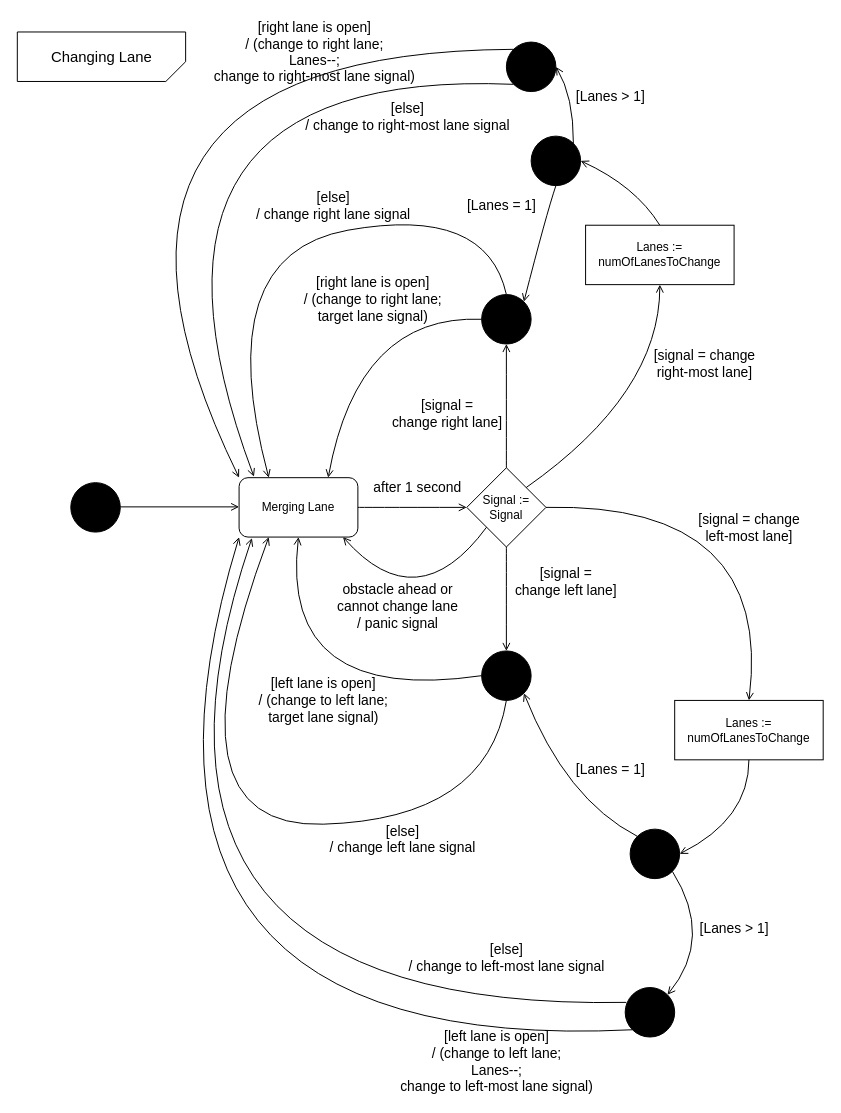
gordonpn/soen331-assignment2 keeps this draw.io diagram as page "changing lane" (5 of 5) of state-diagram.drawio. Above is the earlier version. Source tidied: cells renumbered, new cells numbered last; positions are measured from the earlier drawing's top-left corner, leaving out a move shared by most shapes. Both pictures are drawn from the tidied source at 99%, with x=0, y=0 at pixel (17, 17).
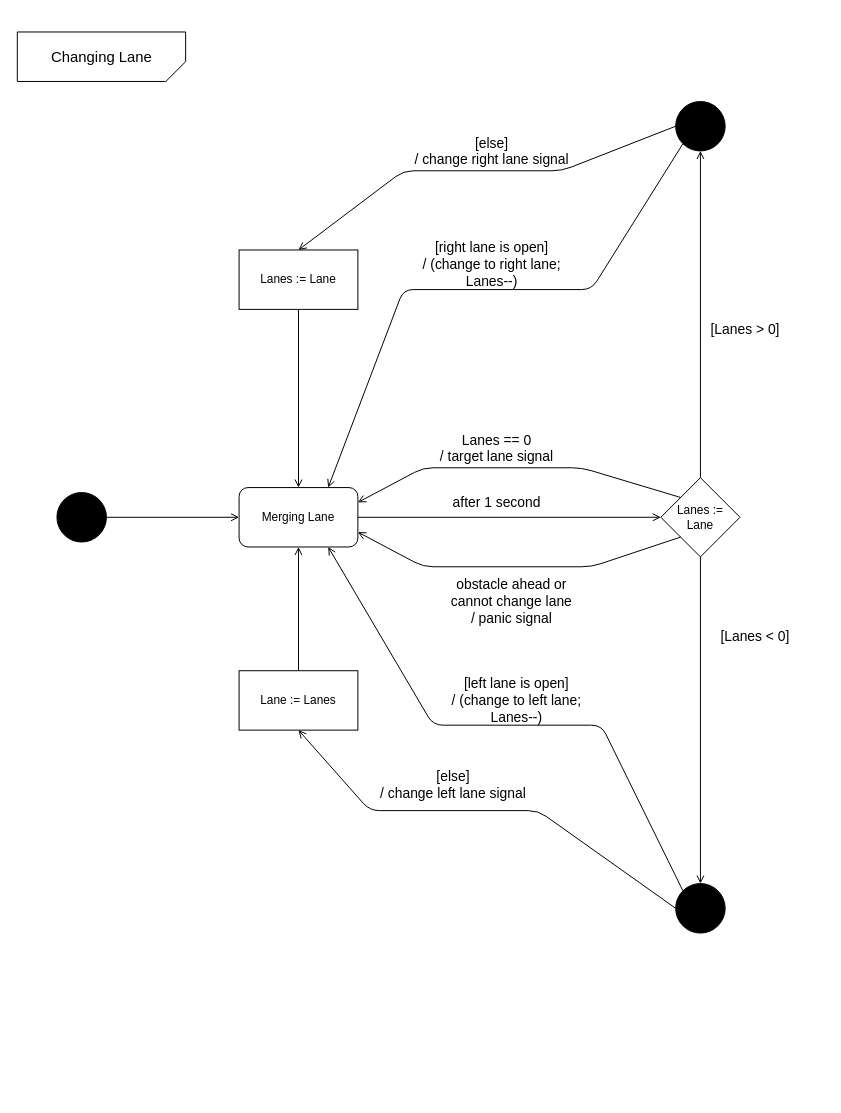
Above is the later version.

Commit message (it also covers changes not shown here):
modified/simplified changing lane UML

Change to the diagram source:
```diff
@@
     <mxCell id="4" style="ellipse;whiteSpace=wrap;html=1;align=center;fillColor=#000000;" parent="1" vertex="1">
-      <mxGeometry x="54" y="470" width="50" height="50" as="geometry" />
+      <mxGeometry x="40" y="480" width="50" height="50" as="geometry" />
     </mxCell>
-    <mxCell id="5" style="endArrow=open;html=1;entryX=0;entryY=0.5;entryDx=0;entryDy=0;exitX=1;exitY=0.5;exitDx=0;exitDy=0;endFill=0;" parent="1" edge="1">
-      <mxGeometry relative="1" as="geometry">
-        <mxPoint x="104" y="494.5" as="sourcePoint" />
-        <mxPoint x="224" y="494.5" as="targetPoint" />
-      </mxGeometry>
+    <mxCell id="5" style="endArrow=open;html=1;entryX=0;entryY=0.5;entryDx=0;entryDy=0;exitX=1;exitY=0.5;exitDx=0;exitDy=0;endFill=0;" parent="1" edge="1" source="4" target="6">
+      <mxGeometry relative="1" as="geometry" />
     </mxCell>
     <mxCell id="6" value="Merging Lane" style="rounded=1;whiteSpace=wrap;html=1;shadow=0;strokeColor=#000000;fillColor=#FFFFFF;align=center;" parent="1" vertex="1">
-      <mxGeometry x="224" y="465" width="120" height="60" as="geometry" />
+      <mxGeometry x="224" y="475" width="120" height="60" as="geometry" />
     </mxCell>
-    <mxCell id="7" value="Signal := Signal" style="rhombus;whiteSpace=wrap;html=1;shadow=0;strokeColor=#000000;fillColor=#FFFFFF;align=center;" parent="1" vertex="1">
-      <mxGeometry x="454" y="455" width="80" height="80" as="geometry" />
+    <mxCell id="7" value="Lanes := &lt;br&gt;Lane" style="rhombus;whiteSpace=wrap;html=1;shadow=0;strokeColor=#000000;fillColor=#FFFFFF;align=center;" parent="1" vertex="1">
+      <mxGeometry x="650" y="465" width="80" height="80" as="geometry" />
     </mxCell>
-    <mxCell id="8" style="curved=1;endArrow=open;html=1;endFill=0;entryX=0;entryY=0.5;entryDx=0;entryDy=0;exitX=1;exitY=0.5;exitDx=0;exitDy=0;" parent="1" edge="1" source="6" target="7">
-      <mxGeometry relative="1" as="geometry" />
-    </mxCell>
     <mxCell id="9" value="&lt;span style=&quot;font-size: 14px&quot;&gt;after 1 second&lt;/span&gt;" style="text;html=1;align=center;verticalAlign=middle;" parent="1" vertex="1">
-      <mxGeometry x="354" y="465" width="100" height="20" as="geometry" />
+      <mxGeometry x="434" y="480" width="100" height="20" as="geometry" />
     </mxCell>
-    <mxCell id="10" style="curved=1;endArrow=open;html=1;endFill=0;entryX=0.5;entryY=0;entryDx=0;entryDy=0;exitX=0.5;exitY=1;exitDx=0;exitDy=0;" parent="1" edge="1" source="7" target="29">
-      <mxGeometry relative="1" as="geometry" />
-    </mxCell>
-    <mxCell id="11" value="&lt;span style=&quot;font-size: 14px&quot;&gt;[signal =&lt;br&gt;change left lane]&lt;br&gt;&lt;/span&gt;" style="text;html=1;align=center;verticalAlign=middle;" parent="1" vertex="1">
-      <mxGeometry x="494" y="550" width="120" height="40" as="geometry" />
+    <mxCell id="11" value="&lt;span style=&quot;font-size: 14px&quot;&gt;[Lanes &amp;lt; 0]&lt;br&gt;&lt;/span&gt;" style="text;html=1;align=center;verticalAlign=middle;" parent="1" vertex="1">
+      <mxGeometry x="700" y="615" width="90" height="20" as="geometry" />
     </mxCell>
-    <mxCell id="12" value="&lt;span style=&quot;font-size: 14px&quot;&gt;[signal =&lt;br&gt;change right lane]&lt;br&gt;&lt;/span&gt;" style="text;html=1;align=center;verticalAlign=middle;" parent="1" vertex="1">
-      <mxGeometry x="369" y="380" width="130" height="40" as="geometry" />
+    <mxCell id="12" value="&lt;span style=&quot;font-size: 14px&quot;&gt;[Lanes &amp;gt; 0]&lt;br&gt;&lt;/span&gt;" style="text;html=1;align=center;verticalAlign=middle;" parent="1" vertex="1">
+      <mxGeometry x="690" y="305" width="90" height="20" as="geometry" />
     </mxCell>
-    <mxCell id="13" style="curved=1;endArrow=open;html=1;endFill=0;exitX=0.5;exitY=0;exitDx=0;exitDy=0;entryX=0.5;entryY=1;entryDx=0;entryDy=0;" parent="1" edge="1" source="7" target="28">
-      <mxGeometry relative="1" as="geometry" />
-    </mxCell>
-    <mxCell id="14" style="curved=1;endArrow=open;html=1;endFill=0;exitX=0;exitY=1;exitDx=0;exitDy=0;entryX=0.875;entryY=1;entryDx=0;entryDy=0;entryPerimeter=0;" parent="1" edge="1" source="7" target="6">
-      <mxGeometry relative="1" as="geometry">
-        <Array as="points">
-          <mxPoint x="404" y="610" />
-        </Array>
-      </mxGeometry>
-    </mxCell>
     <mxCell id="15" value="&lt;span style=&quot;font-size: 14px&quot;&gt;obstacle ahead or&lt;br&gt;cannot change lane&lt;br&gt;/ panic signal&lt;br&gt;&lt;/span&gt;" style="text;html=1;align=center;verticalAlign=middle;" parent="1" vertex="1">
-      <mxGeometry x="314" y="570" width="140" height="50" as="geometry" />
+      <mxGeometry x="429" y="565" width="140" height="50" as="geometry" />
     </mxCell>
-    <mxCell id="16" style="curved=1;endArrow=open;html=1;endFill=0;entryX=0.75;entryY=0;entryDx=0;entryDy=0;exitX=0;exitY=0.5;exitDx=0;exitDy=0;" parent="1" edge="1" source="28" target="6">
-      <mxGeometry relative="1" as="geometry">
-        <Array as="points">
-          <mxPoint x="344" y="300" />
-        </Array>
-      </mxGeometry>
-    </mxCell>
-    <mxCell id="17" value="&lt;span style=&quot;font-size: 14px&quot;&gt;[right lane is open]&lt;br&gt;/ (change to right lane;&lt;br&gt;target lane signal)&lt;br&gt;&lt;/span&gt;" style="text;html=1;align=center;verticalAlign=middle;" parent="1" vertex="1">
-      <mxGeometry x="284" y="260" width="150" height="50" as="geometry" />
+    <mxCell id="17" value="&lt;span style=&quot;font-size: 14px&quot;&gt;[right lane is open]&lt;br&gt;/ (change to right lane;&lt;br&gt;Lanes--)&lt;br&gt;&lt;/span&gt;" style="text;html=1;align=center;verticalAlign=middle;" parent="1" vertex="1">
+      <mxGeometry x="404" y="225" width="150" height="50" as="geometry" />
     </mxCell>
-    <mxCell id="18" style="curved=1;endArrow=open;html=1;endFill=0;exitX=1;exitY=0;exitDx=0;exitDy=0;entryX=0.5;entryY=1;entryDx=0;entryDy=0;" parent="1" edge="1" source="7" target="39">
-      <mxGeometry relative="1" as="geometry">
-        <Array as="points">
-          <mxPoint x="649" y="380" />
-        </Array>
-      </mxGeometry>
-    </mxCell>
-    <mxCell id="19" style="curved=1;endArrow=open;html=1;endFill=0;exitX=0;exitY=0.5;exitDx=0;exitDy=0;entryX=0.5;entryY=1;entryDx=0;entryDy=0;" parent="1" edge="1" source="29" target="6">
-      <mxGeometry relative="1" as="geometry">
-        <Array as="points">
-          <mxPoint x="264" y="695" />
-        </Array>
-      </mxGeometry>
-    </mxCell>
-    <mxCell id="20" value="&lt;span style=&quot;font-size: 14px&quot;&gt;[left lane is open]&lt;br&gt;/ (change to left lane; &lt;br&gt;target lane signal)&lt;br&gt;&lt;/span&gt;" style="text;html=1;align=center;verticalAlign=middle;" parent="1" vertex="1">
-      <mxGeometry x="234" y="665" width="150" height="50" as="geometry" />
+    <mxCell id="20" value="&lt;span style=&quot;font-size: 14px&quot;&gt;[left lane is open]&lt;br&gt;/ (change to left lane; &lt;br&gt;Lanes--)&lt;br&gt;&lt;/span&gt;" style="text;html=1;align=center;verticalAlign=middle;" parent="1" vertex="1">
+      <mxGeometry x="429" y="665" width="150" height="50" as="geometry" />
     </mxCell>
-    <mxCell id="21" style="curved=1;endArrow=open;html=1;endFill=0;exitX=1;exitY=0.5;exitDx=0;exitDy=0;entryX=0.5;entryY=0;entryDx=0;entryDy=0;" parent="1" edge="1" source="7" target="40">
-      <mxGeometry relative="1" as="geometry">
-        <Array as="points">
-          <mxPoint x="764" y="490" />
-        </Array>
-      </mxGeometry>
-    </mxCell>
-    <mxCell id="22" value="&lt;span style=&quot;font-size: 14px&quot;&gt;[signal = change&lt;br&gt;right-most lane]&lt;br&gt;&lt;/span&gt;" style="text;html=1;align=center;verticalAlign=middle;" parent="1" vertex="1">
-      <mxGeometry x="634" y="330" width="120" height="40" as="geometry" />
-    </mxCell>
-    <mxCell id="23" value="&lt;span style=&quot;font-size: 14px&quot;&gt;[signal = change&lt;br&gt;left-most lane]&lt;br&gt;&lt;/span&gt;" style="text;html=1;align=center;verticalAlign=middle;" parent="1" vertex="1">
-      <mxGeometry x="679" y="495" width="120" height="40" as="geometry" />
-    </mxCell>
-    <mxCell id="24" style="curved=1;endArrow=open;html=1;endFill=0;exitX=0.5;exitY=1;exitDx=0;exitDy=0;entryX=0.25;entryY=1;entryDx=0;entryDy=0;" parent="1" edge="1" source="29" target="6">
-      <mxGeometry relative="1" as="geometry">
-        <Array as="points">
-          <mxPoint x="474" y="810" />
-          <mxPoint x="144" y="820" />
-        </Array>
-      </mxGeometry>
-    </mxCell>
     <mxCell id="25" value="&lt;span style=&quot;font-size: 14px&quot;&gt;[else]&lt;br&gt;/ change left lane signal&lt;br&gt;&lt;/span&gt;" style="text;html=1;align=center;verticalAlign=middle;" parent="1" vertex="1">
-      <mxGeometry x="309" y="810" width="160" height="40" as="geometry" />
+      <mxGeometry x="360" y="755" width="160" height="40" as="geometry" />
     </mxCell>
-    <mxCell id="26" style="curved=1;endArrow=open;html=1;endFill=0;exitX=0.5;exitY=0;exitDx=0;exitDy=0;entryX=0.25;entryY=0;entryDx=0;entryDy=0;" parent="1" edge="1" source="28" target="6">
-      <mxGeometry relative="1" as="geometry">
-        <Array as="points">
-          <mxPoint x="474" y="190" />
-          <mxPoint x="194" y="240" />
-        </Array>
-      </mxGeometry>
-    </mxCell>
     <mxCell id="27" value="&lt;span style=&quot;font-size: 14px&quot;&gt;[else]&lt;br&gt;/ change right lane signal&lt;br&gt;&lt;/span&gt;" style="text;html=1;align=center;verticalAlign=middle;" parent="1" vertex="1">
-      <mxGeometry x="234" y="170" width="170" height="40" as="geometry" />
+      <mxGeometry x="394" y="115" width="170" height="40" as="geometry" />
     </mxCell>
     <mxCell id="28" style="ellipse;whiteSpace=wrap;html=1;align=center;fillColor=#000000;" parent="1" vertex="1">
-      <mxGeometry x="469" y="280" width="50" height="50" as="geometry" />
+      <mxGeometry x="665" y="85" width="50" height="50" as="geometry" />
     </mxCell>
     <mxCell id="29" style="ellipse;whiteSpace=wrap;html=1;align=center;fillColor=#000000;" parent="1" vertex="1">
-      <mxGeometry x="469" y="640" width="50" height="50" as="geometry" />
+      <mxGeometry x="665" y="875" width="50" height="50" as="geometry" />
     </mxCell>
-    <mxCell id="30" style="curved=1;endArrow=open;html=1;endFill=0;entryX=1;entryY=0;entryDx=0;entryDy=0;exitX=0.5;exitY=1;exitDx=0;exitDy=0;" parent="1" edge="1" source="36" target="28">
-      <mxGeometry relative="1" as="geometry">
-        <Array as="points">
-          <mxPoint x="534" y="200" />
-        </Array>
-      </mxGeometry>
-    </mxCell>
-    <mxCell id="31" value="&lt;span style=&quot;font-size: 14px&quot;&gt;[Lanes = 1]&lt;br&gt;&lt;/span&gt;" style="text;html=1;align=center;verticalAlign=middle;" parent="1" vertex="1">
-      <mxGeometry x="444" y="180" width="90" height="20" as="geometry" />
-    </mxCell>
-    <mxCell id="32" value="&lt;span style=&quot;font-size: 14px&quot;&gt;[Lanes &amp;gt; 1]&lt;br&gt;&lt;/span&gt;" style="text;html=1;align=center;verticalAlign=middle;" parent="1" vertex="1">
-      <mxGeometry x="554" y="70" width="90" height="20" as="geometry" />
-    </mxCell>
-    <mxCell id="33" style="ellipse;whiteSpace=wrap;html=1;align=center;fillColor=#000000;" parent="1" vertex="1">
-      <mxGeometry x="494" y="25" width="50" height="50" as="geometry" />
-    </mxCell>
-    <mxCell id="34" style="curved=1;endArrow=open;html=1;endFill=0;entryX=1;entryY=0.5;entryDx=0;entryDy=0;exitX=1;exitY=0;exitDx=0;exitDy=0;" parent="1" edge="1" source="36" target="33">
-      <mxGeometry relative="1" as="geometry">
-        <Array as="points">
-          <mxPoint x="562" y="80" />
-        </Array>
-      </mxGeometry>
-    </mxCell>
-    <mxCell id="35" value="&lt;span style=&quot;font-size: 14px&quot;&gt;[right lane is open]&lt;br&gt;/ (change to right lane;&lt;br&gt;Lanes--;&lt;br&gt;change to right-most lane signal)&lt;br&gt;&lt;/span&gt;" style="text;html=1;align=center;verticalAlign=middle;" parent="1" vertex="1">
-      <mxGeometry x="190" width="220" height="70" as="geometry" />
-    </mxCell>
-    <mxCell id="36" style="ellipse;whiteSpace=wrap;html=1;align=center;fillColor=#000000;" parent="1" vertex="1">
-      <mxGeometry x="519" y="120" width="50" height="50" as="geometry" />
-    </mxCell>
-    <mxCell id="37" style="curved=1;endArrow=open;html=1;endFill=0;entryX=1;entryY=0.5;entryDx=0;entryDy=0;exitX=0.5;exitY=0;exitDx=0;exitDy=0;" parent="1" edge="1" source="39" target="36">
-      <mxGeometry relative="1" as="geometry">
-        <Array as="points">
-          <mxPoint x="624" y="170" />
-        </Array>
-      </mxGeometry>
-    </mxCell>
-    <mxCell id="38" style="curved=1;endArrow=open;html=1;endFill=0;entryX=0;entryY=0;entryDx=0;entryDy=0;exitX=0;exitY=0;exitDx=0;exitDy=0;" parent="1" edge="1" source="33" target="6">
-      <mxGeometry relative="1" as="geometry">
-        <Array as="points">
-          <mxPoint x="14" y="35" />
-        </Array>
-      </mxGeometry>
-    </mxCell>
-    <mxCell id="39" value="Lanes := numOfLanesToChange" style="rounded=0;whiteSpace=wrap;html=1;shadow=0;strokeColor=#000000;fillColor=#FFFFFF;align=center;" parent="1" vertex="1">
-      <mxGeometry x="574" y="210" width="150" height="60" as="geometry" />
-    </mxCell>
-    <mxCell id="40" value="Lanes := numOfLanesToChange" style="rounded=0;whiteSpace=wrap;html=1;shadow=0;strokeColor=#000000;fillColor=#FFFFFF;align=center;" parent="1" vertex="1">
-      <mxGeometry x="664" y="690" width="150" height="60" as="geometry" />
-    </mxCell>
-    <mxCell id="41" style="curved=1;endArrow=open;html=1;endFill=0;exitX=0.5;exitY=1;exitDx=0;exitDy=0;entryX=1;entryY=0.5;entryDx=0;entryDy=0;" parent="1" edge="1" source="40" target="42">
-      <mxGeometry relative="1" as="geometry">
-        <Array as="points">
-          <mxPoint x="739" y="810" />
-        </Array>
-      </mxGeometry>
-    </mxCell>
-    <mxCell id="42" style="ellipse;whiteSpace=wrap;html=1;align=center;fillColor=#000000;" parent="1" vertex="1">
-      <mxGeometry x="619" y="820" width="50" height="50" as="geometry" />
-    </mxCell>
-    <mxCell id="43" value="&lt;span style=&quot;font-size: 14px&quot;&gt;[Lanes = 1]&lt;br&gt;&lt;/span&gt;" style="text;html=1;align=center;verticalAlign=middle;" parent="1" vertex="1">
-      <mxGeometry x="554" y="750" width="90" height="20" as="geometry" />
-    </mxCell>
-    <mxCell id="44" style="curved=1;endArrow=open;html=1;endFill=0;entryX=1;entryY=1;entryDx=0;entryDy=0;exitX=0;exitY=0;exitDx=0;exitDy=0;" parent="1" edge="1" source="42" target="29">
-      <mxGeometry relative="1" as="geometry">
-        <Array as="points">
-          <mxPoint x="554" y="790" />
-        </Array>
-      </mxGeometry>
-    </mxCell>
-    <mxCell id="45" style="ellipse;whiteSpace=wrap;html=1;align=center;fillColor=#000000;" parent="1" vertex="1">
-      <mxGeometry x="614" y="980" width="50" height="50" as="geometry" />
-    </mxCell>
-    <mxCell id="46" style="curved=1;endArrow=open;html=1;endFill=0;exitX=1;exitY=1;exitDx=0;exitDy=0;entryX=1;entryY=0;entryDx=0;entryDy=0;" parent="1" edge="1" source="42" target="45">
-      <mxGeometry relative="1" as="geometry">
-        <Array as="points">
-          <mxPoint x="704" y="930" />
-        </Array>
-      </mxGeometry>
-    </mxCell>
-    <mxCell id="47" style="curved=1;endArrow=open;html=1;endFill=0;entryX=0.108;entryY=1.017;entryDx=0;entryDy=0;exitX=0.02;exitY=0.3;exitDx=0;exitDy=0;entryPerimeter=0;exitPerimeter=0;" parent="1" edge="1" source="45" target="6">
-      <mxGeometry relative="1" as="geometry">
-        <Array as="points">
-          <mxPoint x="74" y="1005" />
-        </Array>
-      </mxGeometry>
-    </mxCell>
-    <mxCell id="48" value="&lt;span style=&quot;font-size: 14px&quot;&gt;[Lanes &amp;gt; 1]&lt;br&gt;&lt;/span&gt;" style="text;html=1;align=center;verticalAlign=middle;" parent="1" vertex="1">
-      <mxGeometry x="679" y="910" width="90" height="20" as="geometry" />
-    </mxCell>
-    <mxCell id="49" style="curved=1;endArrow=open;html=1;endFill=0;entryX=0;entryY=1;entryDx=0;entryDy=0;exitX=0;exitY=1;exitDx=0;exitDy=0;" parent="1" edge="1" source="45" target="6">
-      <mxGeometry relative="1" as="geometry">
-        <Array as="points">
-          <mxPoint x="64" y="1050" />
-        </Array>
-      </mxGeometry>
-    </mxCell>
-    <mxCell id="50" value="&lt;span style=&quot;font-size: 14px&quot;&gt;[left lane is open]&lt;br&gt;/ (change to left lane;&lt;br&gt;Lanes--;&lt;br&gt;change to left-most lane signal)&lt;br&gt;&lt;/span&gt;" style="text;html=1;align=center;verticalAlign=middle;" parent="1" vertex="1">
-      <mxGeometry x="379" y="1020" width="210" height="70" as="geometry" />
-    </mxCell>
-    <mxCell id="51" style="curved=1;endArrow=open;html=1;endFill=0;entryX=0.125;entryY=-0.017;entryDx=0;entryDy=0;exitX=0;exitY=1;exitDx=0;exitDy=0;entryPerimeter=0;" parent="1" edge="1" source="33" target="6">
-      <mxGeometry relative="1" as="geometry">
-        <Array as="points">
-          <mxPoint x="84" y="50" />
-        </Array>
-      </mxGeometry>
-    </mxCell>
-    <mxCell id="52" value="&lt;span style=&quot;font-size: 14px&quot;&gt;[else]&lt;br&gt;/ change to right-most lane signal&lt;br&gt;&lt;/span&gt;" style="text;html=1;align=center;verticalAlign=middle;" parent="1" vertex="1">
-      <mxGeometry x="284" y="80" width="220" height="40" as="geometry" />
-    </mxCell>
-    <mxCell id="53" value="&lt;span style=&quot;font-size: 14px&quot;&gt;[else]&lt;br&gt;/ change to left-most lane signal&lt;br&gt;&lt;/span&gt;" style="text;html=1;align=center;verticalAlign=middle;" parent="1" vertex="1">
-      <mxGeometry x="389" y="930" width="210" height="40" as="geometry" />
-    </mxCell>
+    <mxCell id="10" style="endArrow=open;html=1;entryX=0.5;entryY=0;entryDx=0;entryDy=0;exitX=0.5;exitY=1;exitDx=0;exitDy=0;endFill=0;" parent="1" edge="1" source="7" target="29">
+      <mxGeometry relative="1" as="geometry" />
+    </mxCell>
+    <mxCell id="13" style="endArrow=open;html=1;entryX=0.5;entryY=1;entryDx=0;entryDy=0;exitX=0.5;exitY=0;exitDx=0;exitDy=0;endFill=0;" parent="1" edge="1" source="7" target="28">
+      <mxGeometry relative="1" as="geometry" />
+    </mxCell>
+    <mxCell id="8" style="endArrow=open;html=1;entryX=0;entryY=0.5;entryDx=0;entryDy=0;exitX=1;exitY=0.5;exitDx=0;exitDy=0;endFill=0;" parent="1" edge="1" source="6" target="7">
+      <mxGeometry relative="1" as="geometry" />
+    </mxCell>
+    <mxCell id="54" style="endArrow=open;html=1;entryX=1;entryY=0.75;entryDx=0;entryDy=0;exitX=0;exitY=1;exitDx=0;exitDy=0;endFill=0;" parent="1" edge="1" source="7" target="6">
+      <mxGeometry relative="1" as="geometry">
+        <Array as="points">
+          <mxPoint x="580" y="555" />
+          <mxPoint x="410" y="555" />
+        </Array>
+      </mxGeometry>
+    </mxCell>
+    <mxCell id="55" value="&lt;span style=&quot;font-size: 14px&quot;&gt;Lanes == 0&lt;br&gt;/ target lane signal&lt;br&gt;&lt;/span&gt;" style="text;html=1;align=center;verticalAlign=middle;" parent="1" vertex="1">
+      <mxGeometry x="419" y="415" width="130" height="40" as="geometry" />
+    </mxCell>
+    <mxCell id="56" style="endArrow=open;html=1;entryX=1;entryY=0.25;entryDx=0;entryDy=0;exitX=0;exitY=0;exitDx=0;exitDy=0;endFill=0;" parent="1" edge="1" source="7" target="6">
+      <mxGeometry relative="1" as="geometry">
+        <Array as="points">
+          <mxPoint x="570" y="455" />
+          <mxPoint x="410" y="455" />
+        </Array>
+      </mxGeometry>
+    </mxCell>
+    <mxCell id="57" value="Lanes := Lane" style="rounded=0;whiteSpace=wrap;html=1;" parent="1" vertex="1">
+      <mxGeometry x="224" y="235" width="120" height="60" as="geometry" />
+    </mxCell>
+    <mxCell id="58" value="Lane := Lanes" style="rounded=0;whiteSpace=wrap;html=1;" parent="1" vertex="1">
+      <mxGeometry x="224" y="660" width="120" height="60" as="geometry" />
+    </mxCell>
+    <mxCell id="59" style="endArrow=open;html=1;entryX=0.75;entryY=0;entryDx=0;entryDy=0;exitX=0;exitY=1;exitDx=0;exitDy=0;endFill=0;" parent="1" edge="1" source="28" target="6">
+      <mxGeometry relative="1" as="geometry">
+        <Array as="points">
+          <mxPoint x="580" y="275" />
+          <mxPoint x="390" y="275" />
+        </Array>
+      </mxGeometry>
+    </mxCell>
+    <mxCell id="60" style="endArrow=open;html=1;entryX=0.75;entryY=1;entryDx=0;entryDy=0;exitX=0;exitY=0;exitDx=0;exitDy=0;endFill=0;" parent="1" edge="1" source="29" target="6">
+      <mxGeometry relative="1" as="geometry">
+        <Array as="points">
+          <mxPoint x="590" y="715" />
+          <mxPoint x="420" y="715" />
+        </Array>
+      </mxGeometry>
+    </mxCell>
+    <mxCell id="61" style="endArrow=open;html=1;exitX=0;exitY=0.5;exitDx=0;exitDy=0;endFill=0;entryX=0.5;entryY=1;entryDx=0;entryDy=0;" parent="1" edge="1" source="29" target="58">
+      <mxGeometry relative="1" as="geometry">
+        <Array as="points">
+          <mxPoint x="526" y="801.3" />
+          <mxPoint x="356" y="801.3" />
+        </Array>
+      </mxGeometry>
+    </mxCell>
+    <mxCell id="62" style="endArrow=open;html=1;exitX=0.5;exitY=0;exitDx=0;exitDy=0;endFill=0;entryX=0.5;entryY=1;entryDx=0;entryDy=0;" parent="1" edge="1" source="58" target="6">
+      <mxGeometry relative="1" as="geometry" />
+    </mxCell>
+    <mxCell id="63" style="endArrow=open;html=1;exitX=0.5;exitY=1;exitDx=0;exitDy=0;endFill=0;entryX=0.5;entryY=0;entryDx=0;entryDy=0;" parent="1" edge="1" source="57" target="6">
+      <mxGeometry relative="1" as="geometry" />
+    </mxCell>
+    <mxCell id="64" style="endArrow=open;html=1;exitX=0;exitY=0.5;exitDx=0;exitDy=0;endFill=0;entryX=0.5;entryY=0;entryDx=0;entryDy=0;" parent="1" edge="1" source="28" target="57">
+      <mxGeometry relative="1" as="geometry">
+        <Array as="points">
+          <mxPoint x="550" y="155" />
+          <mxPoint x="390" y="155" />
+        </Array>
+      </mxGeometry>
+    </mxCell>
```
